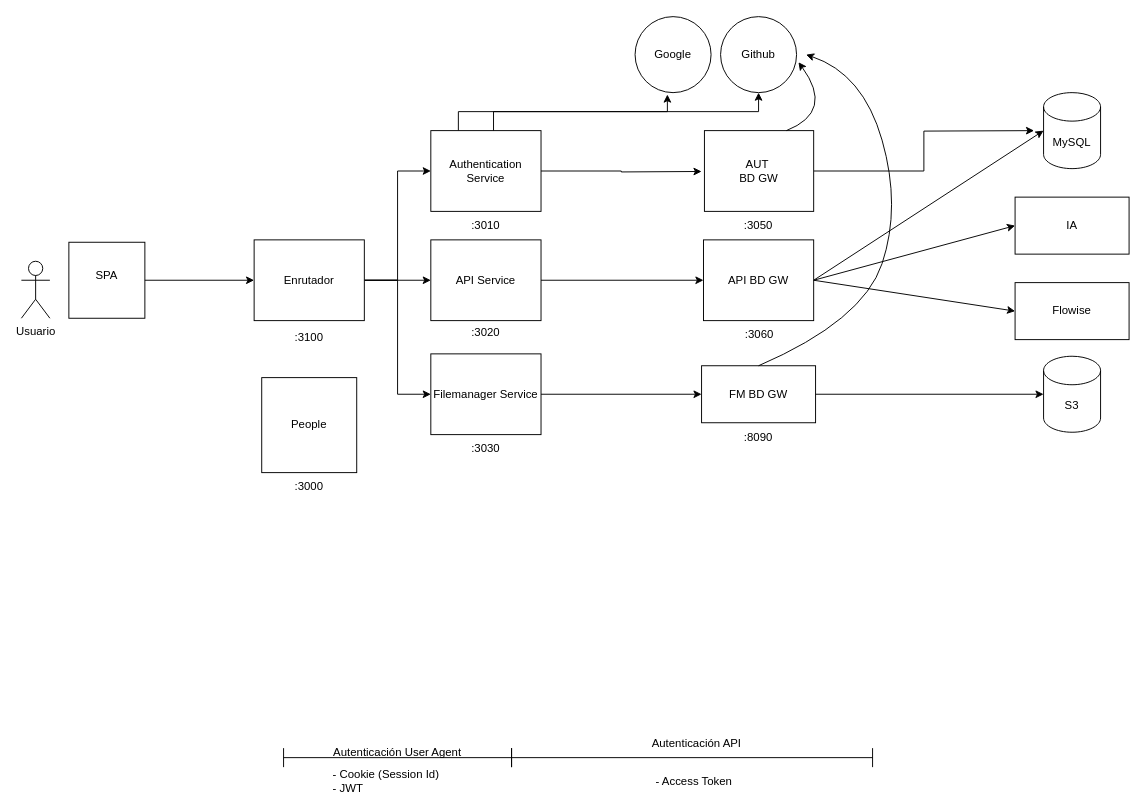
Above: page "Microservicios" (7 of 13) of Diagrama sin título.drawio in ocpdata/new-repo (draw.io), before the change. Source tidied: cells renumbered, new cells numbered last; positions are measured from the earlier drawing's top-left corner, leaving out a move shared by most shapes. Both pictures are drawn from the tidied source at 95%, with x=0, y=0 at pixel (21, 16).
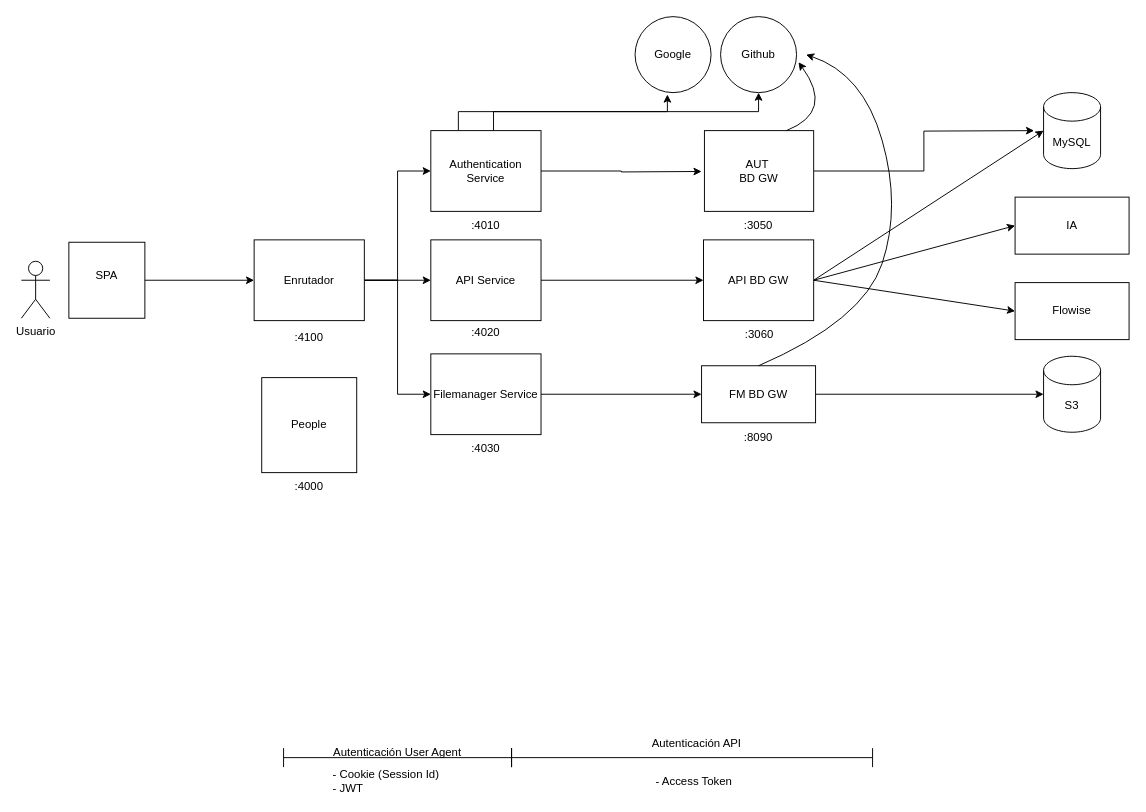
After the change.

Diff of the diagram source:
```diff
@@
-    <mxCell id="39" value=":310&lt;span style=&quot;background-color: transparent; color: light-dark(rgb(0, 0, 0), rgb(255, 255, 255));&quot;&gt;0&lt;/span&gt;" style="text;strokeColor=none;align=center;fillColor=none;html=1;verticalAlign=middle;whiteSpace=wrap;rounded=0;" parent="1" vertex="1">
+    <mxCell id="39" value=":410&lt;span style=&quot;background-color: transparent; color: light-dark(rgb(0, 0, 0), rgb(255, 255, 255));&quot;&gt;0&lt;/span&gt;" style="text;strokeColor=none;align=center;fillColor=none;html=1;verticalAlign=middle;whiteSpace=wrap;rounded=0;" parent="1" vertex="1">
       <mxGeometry x="273" y="322.5" width="60" height="30" as="geometry" />
     </mxCell>
-    <mxCell id="40" value=":3010" style="text;strokeColor=none;align=center;fillColor=none;html=1;verticalAlign=middle;whiteSpace=wrap;rounded=0;" parent="1" vertex="1">
+    <mxCell id="40" value=":4010" style="text;strokeColor=none;align=center;fillColor=none;html=1;verticalAlign=middle;whiteSpace=wrap;rounded=0;" parent="1" vertex="1">
       <mxGeometry x="459" y="205" width="60" height="30" as="geometry" />
     </mxCell>
-    <mxCell id="41" value=":3020" style="text;strokeColor=none;align=center;fillColor=none;html=1;verticalAlign=middle;whiteSpace=wrap;rounded=0;" parent="1" vertex="1">
+    <mxCell id="41" value=":4020" style="text;strokeColor=none;align=center;fillColor=none;html=1;verticalAlign=middle;whiteSpace=wrap;rounded=0;" parent="1" vertex="1">
       <mxGeometry x="459" y="317.5" width="60" height="30" as="geometry" />
     </mxCell>
-    <mxCell id="42" value=":3030" style="text;strokeColor=none;align=center;fillColor=none;html=1;verticalAlign=middle;whiteSpace=wrap;rounded=0;" parent="1" vertex="1">
+    <mxCell id="42" value=":4030" style="text;strokeColor=none;align=center;fillColor=none;html=1;verticalAlign=middle;whiteSpace=wrap;rounded=0;" parent="1" vertex="1">
       <mxGeometry x="459" y="440" width="60" height="30" as="geometry" />
     </mxCell>
@@
-    <mxCell id="45" value=":3000" style="text;strokeColor=none;align=center;fillColor=none;html=1;verticalAlign=middle;whiteSpace=wrap;rounded=0;" parent="1" vertex="1">
+    <mxCell id="45" value=":4000" style="text;strokeColor=none;align=center;fillColor=none;html=1;verticalAlign=middle;whiteSpace=wrap;rounded=0;" parent="1" vertex="1">
       <mxGeometry x="273" y="480" width="60" height="30" as="geometry" />
     </mxCell>
```
